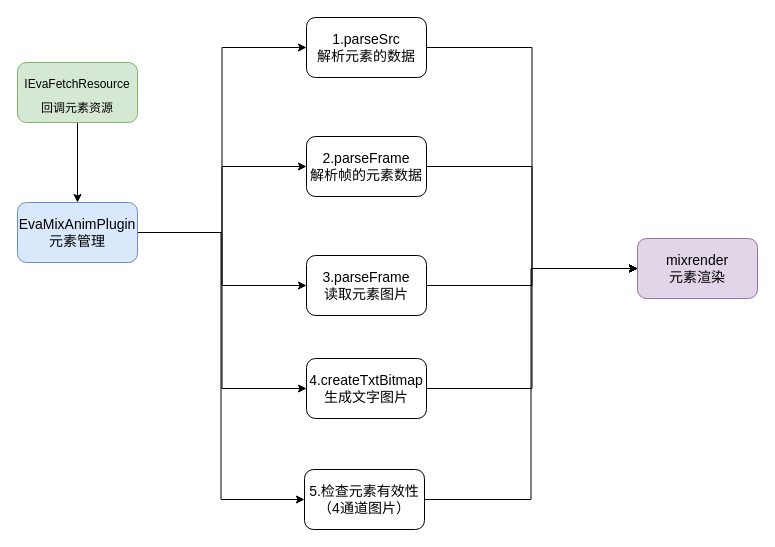
cangwang/news keeps this draw.io diagram as page "Page-3" (3 of 4) of YYEVA.drawio. Above is the earlier version. Source tidied: cells renumbered, new cells numbered last; positions are measured from the earlier drawing's top-left corner, leaving out a move shared by most shapes. Both pictures are drawn from the tidied source at 100%, with x=0, y=0 at pixel (17, 17).
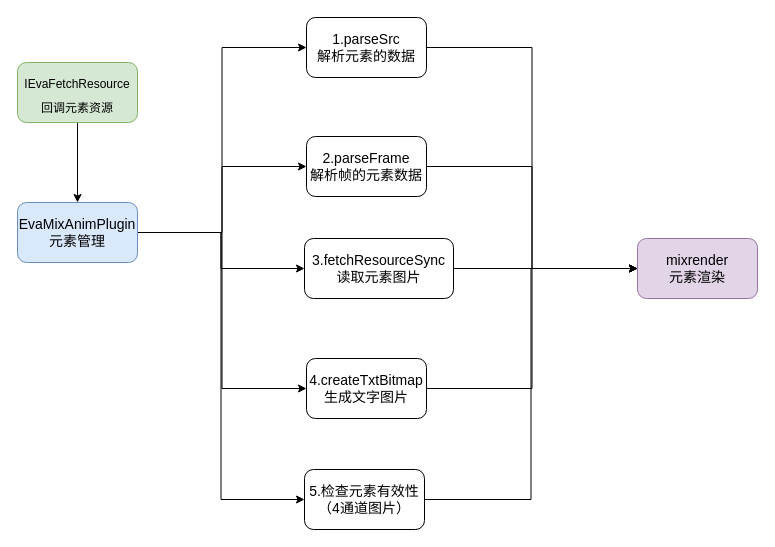
Above is the later version.

The edit, as a diff of the source:
```diff
@@
-    <mxCell id="13" value="3.parseFrame&lt;br&gt;读取元素图片" style="rounded=1;whiteSpace=wrap;html=1;fontSize=14;fillColor=default;" parent="1" vertex="1">
-      <mxGeometry x="289" y="238" width="120" height="60" as="geometry" />
+    <mxCell id="13" value="3.fetchResourceSync&lt;br&gt;读取元素图片" style="rounded=1;whiteSpace=wrap;html=1;fontSize=14;fillColor=default;" parent="1" vertex="1">
+      <mxGeometry x="287" y="221" width="149" height="60" as="geometry" />
     </mxCell>
```
